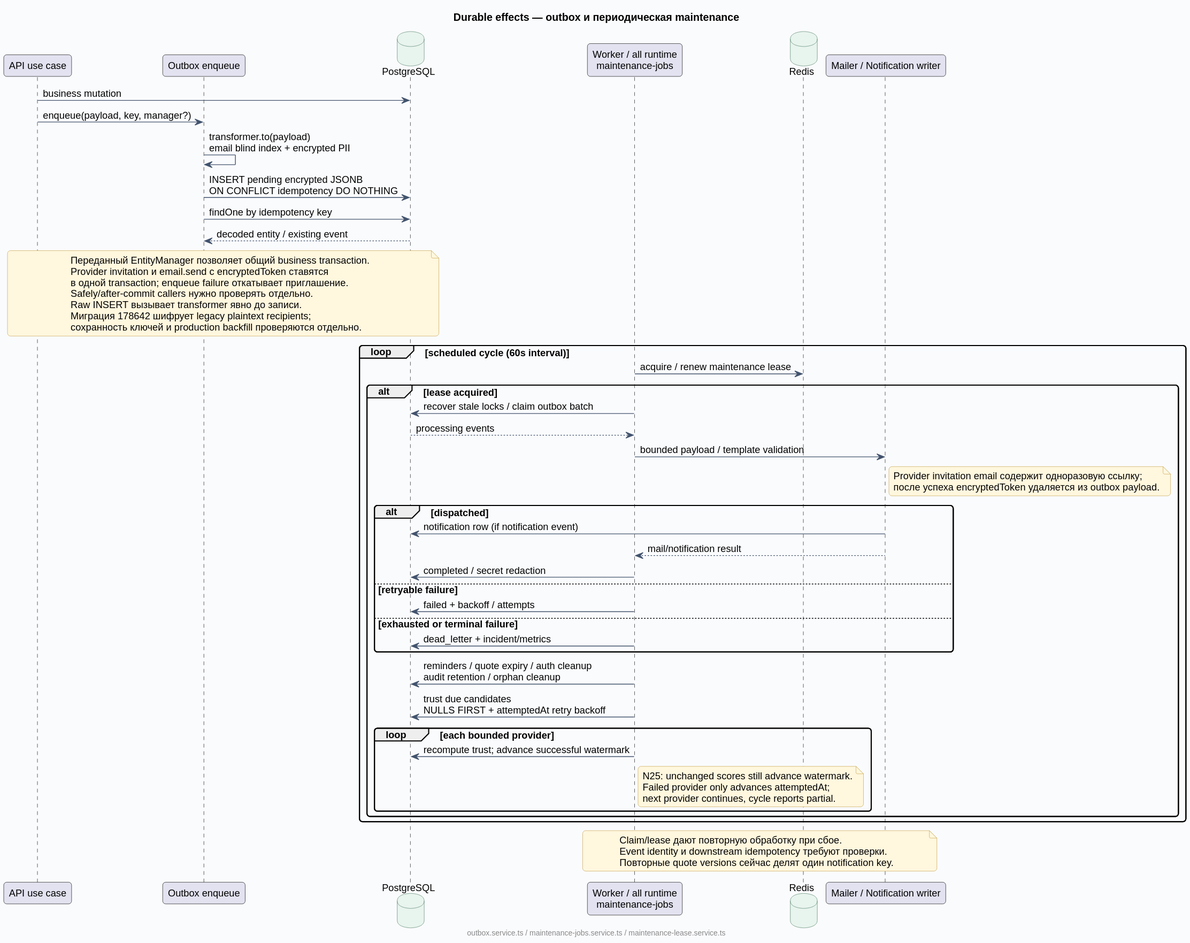
This is docs/diagrams/rendered/08-outbox-maintenance.svg from Dima163163/auto-care-hub, a PlantUML export, as it was before one commit.
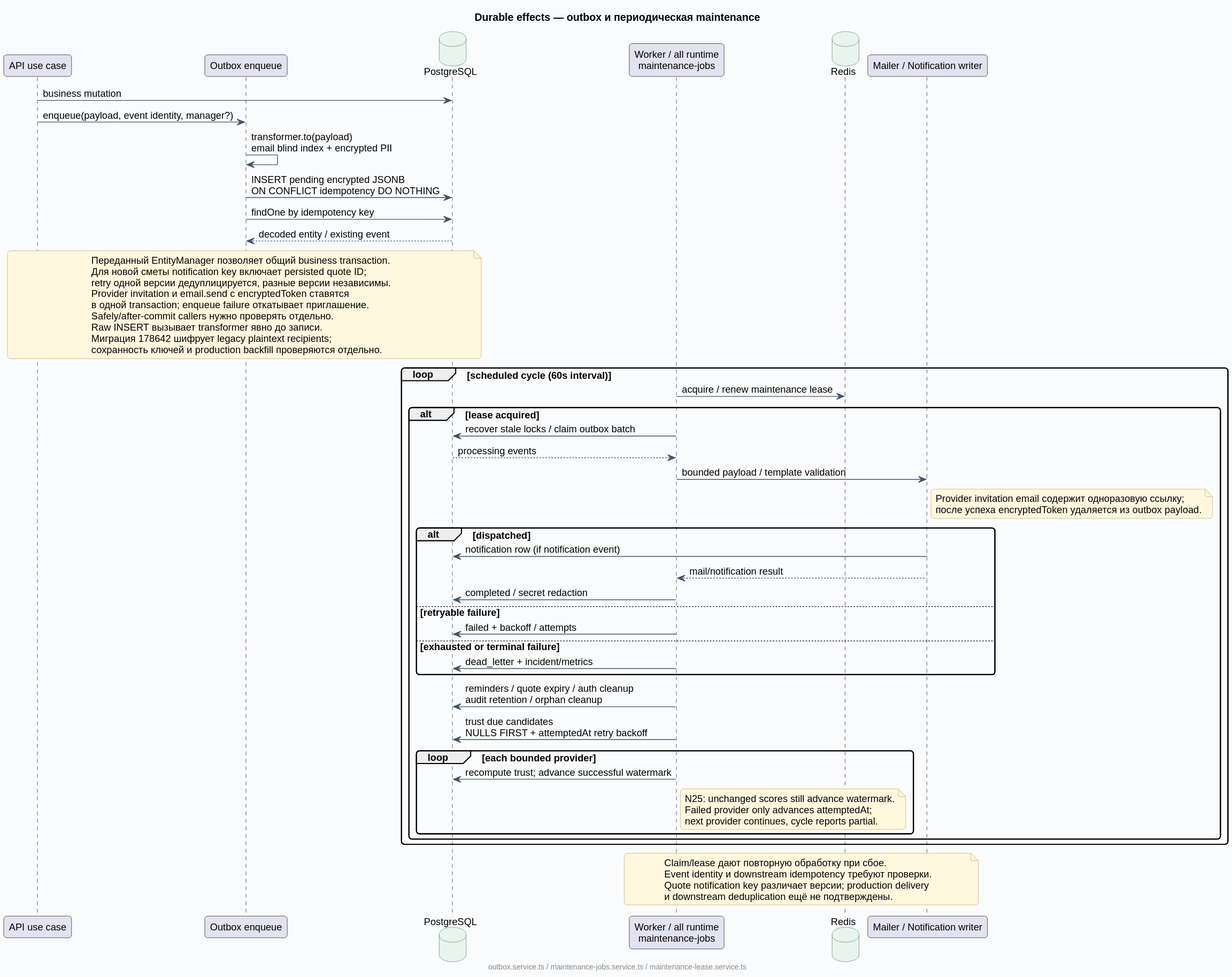
Later version of the same file.

Commit message:
fix(requests): key quote notifications by revision

Diff of the diagram source:
```diff
@@ -8,13 +8,15 @@
 database "Redis" as Redis
 participant "Mailer / Notification writer" as Delivery
 API -> PG : business mutation
-API -> Queue : enqueue(payload, key, manager?)
+API -> Queue : enqueue(payload, event identity, manager?)
 Queue -> Queue : transformer.to(payload)\nemail blind index + encrypted PII
 Queue -> PG : INSERT pending encrypted JSONB\nON CONFLICT idempotency DO NOTHING
 Queue -> PG : findOne by idempotency key
 PG --> Queue : decoded entity / existing event
 note over API, PG
   Переданный EntityManager позволяет общий business transaction.
+  Для новой сметы notification key включает persisted quote ID;
+  retry одной версии дедуплицируется, разные версии независимы.
   Provider invitation и email.send с encryptedToken ставятся
   в одной transaction; enqueue failure откатывает приглашение.
   Safely/after-commit callers нужно проверять отдельно.
@@ -56,7 +58,8 @@
 note over Worker, Delivery
   Claim/lease дают повторную обработку при сбое.
   Event identity и downstream idempotency требуют проверки.
-  Повторные quote versions сейчас делят один notification key.
+  Quote notification key различает версии; production delivery
+  и downstream deduplication ещё не подтверждены.
 end note
 footer outbox.service.ts / maintenance-jobs.service.ts / maintenance-lease.service.ts
 @enduml
```
